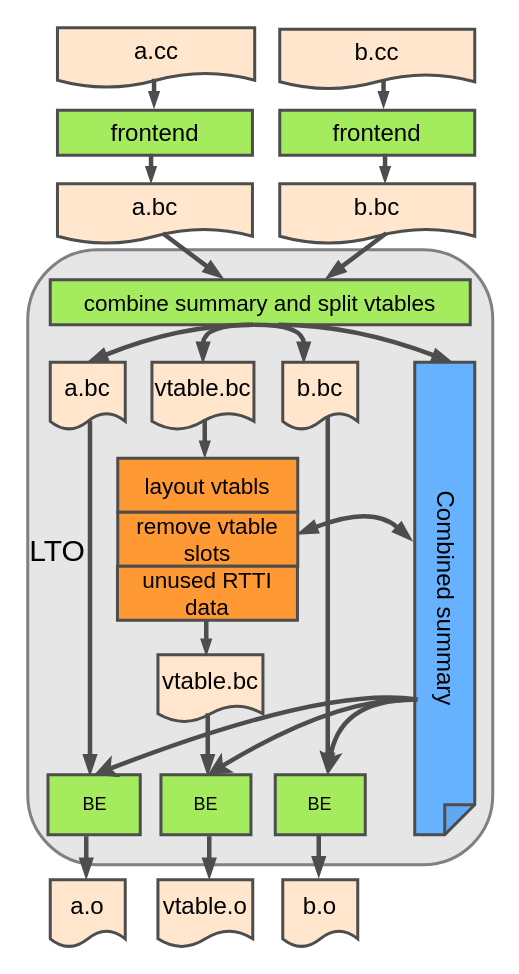
This is thinlto-1.drawio from luxufan/simple-website-template, a draw.io file, before an edit. Source tidied: cells renumbered, new cells numbered last; positions are measured from the earlier drawing's top-left corner, leaving out a move shared by most shapes. Both pictures are drawn from the tidied source at 150%, with x=0, y=0 at pixel (27, 27).
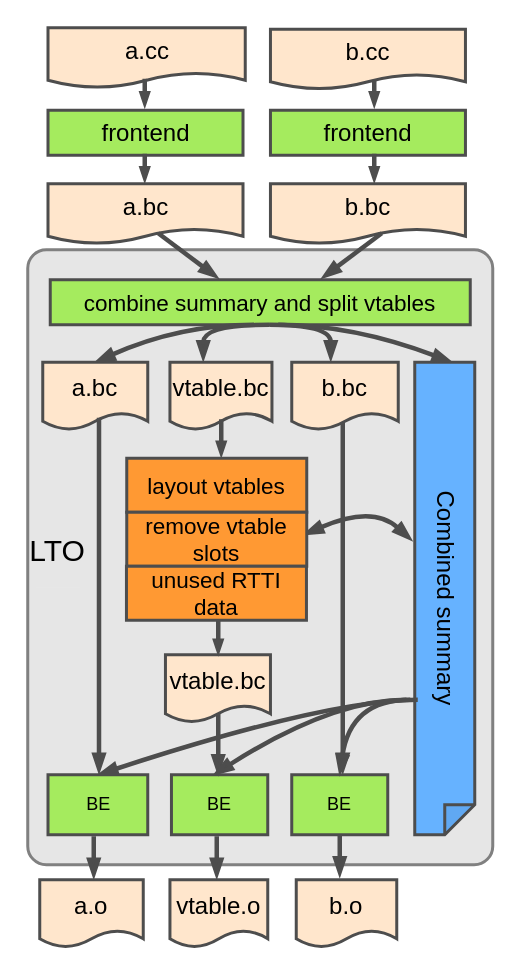
After the change.

The change refers to these unchanged cells:
```xml
<mxCell id="7" value="&lt;font style=&quot;font-size: 16px;&quot;&gt;Combined summary&lt;/font&gt;" style="shape=note;whiteSpace=wrap;html=1;backgroundOutline=1;darkOpacity=0.05;direction=east;flipV=1;size=20;textDirection=vertical-lr;fillColor=#66B2FF;strokeWidth=2;strokeColor=#4D4D4D;" parent="1" vertex="1">
  <mxGeometry x="258" y="223" width="40" height="315" as="geometry" />
</mxCell>
```

Change to the diagram source:
```diff
@@
-    <mxCell id="2" style="rounded=1;whiteSpace=wrap;html=1;strokeWidth=2;strokeColor=#808080;fillColor=#E6E6E6;" parent="1" vertex="1">
+    <mxCell id="2" style="rounded=1;whiteSpace=wrap;html=1;strokeWidth=2;strokeColor=#808080;fillColor=#E6E6E6;perimeterSpacing=0;glass=0;imageWidth=24;arcSize=4;absoluteArcSize=0;" parent="1" vertex="1">
       <mxGeometry y="148" width="310" height="410" as="geometry" />
     </mxCell>
-    <mxCell id="3" value="&lt;font style=&quot;font-size: 16px;&quot;&gt;b.cc&lt;/font&gt;" style="shape=document;whiteSpace=wrap;html=1;boundedLbl=1;size=0.25;direction=east;fillColor=#FFE6CC;strokeWidth=2;strokeColor=#4D4D4D;" parent="1" vertex="1">
-      <mxGeometry x="168" y="1" width="130" height="40" as="geometry" />
+    <mxCell id="3" value="&lt;font style=&quot;font-size: 16px;&quot;&gt;b.cc&lt;/font&gt;" style="shape=document;whiteSpace=wrap;html=1;boundedLbl=1;size=0.25;direction=east;fillColor=#FFE6CC;strokeWidth=2;strokeColor=#4D4D4D;fixedWidth=0;noLabel=0;" parent="1" vertex="1">
+      <mxGeometry x="161.8" y="1" width="130" height="40" as="geometry" />
     </mxCell>
     <mxCell id="4" value="&lt;font style=&quot;font-size: 16px;&quot;&gt;frontend&lt;/font&gt;" style="rounded=0;whiteSpace=wrap;html=1;fillColor=#A5EB5E;strokeWidth=2;strokeColor=#4D4D4D;" parent="1" vertex="1">
-      <mxGeometry x="168" y="55" width="130" height="30" as="geometry" />
+      <mxGeometry x="161.8" y="55" width="130" height="30" as="geometry" />
     </mxCell>
     <mxCell id="5" value="&lt;font style=&quot;font-size: 16px;&quot;&gt;a.bc&lt;/font&gt;" style="shape=document;whiteSpace=wrap;html=1;boundedLbl=1;size=0.25;direction=east;fillColor=#FFE6CC;strokeWidth=2;strokeColor=#4D4D4D;" parent="1" vertex="1">
-      <mxGeometry x="19.8" y="104" width="130" height="40" as="geometry" />
+      <mxGeometry x="13.5" y="104" width="130" height="40" as="geometry" />
     </mxCell>
     <mxCell id="6" value="&lt;font style=&quot;font-size: 16px;&quot;&gt;b.bc&lt;/font&gt;" style="shape=document;whiteSpace=wrap;html=1;boundedLbl=1;size=0.25;direction=east;fillColor=#FFE6CC;strokeWidth=2;strokeColor=#4D4D4D;" parent="1" vertex="1">
-      <mxGeometry x="168" y="104" width="130" height="40" as="geometry" />
+      <mxGeometry x="161.8" y="104" width="130" height="40" as="geometry" />
     </mxCell>
@@
     <mxCell id="9" value="&lt;font style=&quot;font-size: 16px;&quot;&gt;a.bc&lt;/font&gt;" style="shape=document;whiteSpace=wrap;html=1;boundedLbl=1;size=0.25;direction=east;strokeWidth=2;strokeColor=#4D4D4D;fillColor=#FFE6CC;" parent="1" vertex="1">
-      <mxGeometry x="15" y="223" width="50" height="45" as="geometry" />
+      <mxGeometry x="10" y="223" width="70" height="45" as="geometry" />
     </mxCell>
     <mxCell id="10" value="&lt;font style=&quot;font-size: 16px;&quot;&gt;vtable.bc&lt;/font&gt;" style="shape=document;whiteSpace=wrap;html=1;boundedLbl=1;size=0.25;direction=east;strokeWidth=2;strokeColor=#4D4D4D;fillColor=#FFE6CC;" parent="1" vertex="1">
-      <mxGeometry x="82.8" y="223" width="68" height="45" as="geometry" />
+      <mxGeometry x="94.8" y="223" width="68" height="45" as="geometry" />
     </mxCell>
     <mxCell id="11" value="&lt;font style=&quot;font-size: 16px;&quot;&gt;b.bc&lt;/font&gt;" style="shape=document;whiteSpace=wrap;html=1;boundedLbl=1;size=0.25;direction=east;strokeWidth=2;strokeColor=#4D4D4D;fillColor=#FFE6CC;" parent="1" vertex="1">
-      <mxGeometry x="170" y="223" width="50" height="45" as="geometry" />
+      <mxGeometry x="176" y="223" width="71" height="45" as="geometry" />
     </mxCell>
     <mxCell id="12" value="&lt;font style=&quot;font-size: 16px;&quot;&gt;a.cc&lt;/font&gt;" style="shape=document;whiteSpace=wrap;html=1;boundedLbl=1;size=0.25;direction=east;fillColor=#FFE6CC;strokeWidth=2;strokeColor=#4D4D4D;" parent="1" vertex="1">
-      <mxGeometry x="19.8" width="131.5" height="40" as="geometry" />
+      <mxGeometry x="13.5" width="131.5" height="40" as="geometry" />
     </mxCell>
     <mxCell id="13" value="&lt;font style=&quot;font-size: 16px;&quot;&gt;frontend&lt;/font&gt;" style="rounded=0;whiteSpace=wrap;html=1;fillColor=#A5EB5E;strokeWidth=2;strokeColor=#4D4D4D;" parent="1" vertex="1">
-      <mxGeometry x="19.8" y="55" width="130" height="30" as="geometry" />
+      <mxGeometry x="13.5" y="55" width="130" height="30" as="geometry" />
     </mxCell>
     <mxCell id="14" value="&lt;font style=&quot;font-size: 16px;&quot;&gt;vtable.bc&lt;/font&gt;" style="shape=document;whiteSpace=wrap;html=1;boundedLbl=1;size=0.25;direction=east;strokeWidth=2;fillColor=#FFE6CC;strokeColor=#4D4D4D;" parent="1" vertex="1">
-      <mxGeometry x="86.8" y="418" width="70" height="45" as="geometry" />
+      <mxGeometry x="91.8" y="418" width="70" height="45" as="geometry" />
     </mxCell>
     <mxCell id="15" value="BE" style="rounded=0;whiteSpace=wrap;html=1;strokeWidth=2;fillColor=#A5EB5E;strokeColor=#4D4D4D;" parent="1" vertex="1">
-      <mxGeometry x="13.5" y="498" width="61.5" height="40" as="geometry" />
+      <mxGeometry x="13.5" y="498" width="66.5" height="40" as="geometry" />
     </mxCell>
     <mxCell id="16" value="BE" style="rounded=0;whiteSpace=wrap;html=1;strokeWidth=2;fillColor=#A5EB5E;strokeColor=#4D4D4D;" parent="1" vertex="1">
-      <mxGeometry x="88.8" y="498" width="60" height="40" as="geometry" />
+      <mxGeometry x="95.8" y="498" width="64.2" height="40" as="geometry" />
     </mxCell>
     <mxCell id="17" value="BE" style="rounded=0;whiteSpace=wrap;html=1;strokeWidth=2;fillColor=#A5EB5E;strokeColor=#4D4D4D;" parent="1" vertex="1">
-      <mxGeometry x="165" y="498" width="60" height="40" as="geometry" />
+      <mxGeometry x="176" y="498" width="64" height="40" as="geometry" />
     </mxCell>
@@
-    <mxCell id="19" style="curved=1;endArrow=none;html=1;rounded=0;strokeWidth=3;endFill=0;startArrow=blockThin;startFill=1;exitX=0.5;exitY=0;exitDx=0;exitDy=0;strokeColor=#4D4D4D;" parent="1" edge="1" source="10">
+    <mxCell id="19" style="curved=1;endArrow=none;html=1;rounded=0;strokeWidth=3;endFill=0;startArrow=blockThin;startFill=1;strokeColor=#4D4D4D;" parent="1" edge="1">
       <mxGeometry relative="1" as="geometry">
-        <mxPoint x="150" y="198" as="targetPoint" />
+        <mxPoint x="117" y="222" as="sourcePoint" />
+        <mxPoint x="161" y="198" as="targetPoint" />
         <Array as="points">
           <mxPoint x="117" y="198" />
         </Array>
       </mxGeometry>
     </mxCell>
     <mxCell id="20" style="curved=1;endArrow=none;html=1;rounded=0;strokeWidth=3;endFill=0;startArrow=blockThin;startFill=1;exitX=0.5;exitY=0;exitDx=0;exitDy=0;strokeColor=#4D4D4D;" parent="1" edge="1">
       <mxGeometry relative="1" as="geometry">
-        <mxPoint x="184" y="223" as="sourcePoint" />
-        <mxPoint x="151" y="198" as="targetPoint" />
+        <mxPoint x="202" y="222" as="sourcePoint" />
+        <mxPoint x="161" y="198" as="targetPoint" />
         <Array as="points">
-          <mxPoint x="184" y="198" />
+          <mxPoint x="202" y="198" />
         </Array>
       </mxGeometry>
     </mxCell>
@@
     <mxCell id="22" style="endArrow=none;html=1;rounded=0;endFill=0;startArrow=blockThin;startFill=1;strokeWidth=3;strokeColor=#4D4D4D;" parent="1" edge="1">
       <mxGeometry relative="1" as="geometry">
-        <mxPoint x="41.5" y="498" as="sourcePoint" />
-        <mxPoint x="41.5" y="262" as="targetPoint" />
+        <mxPoint x="47.5" y="497" as="sourcePoint" />
+        <mxPoint x="47.5" y="260" as="targetPoint" />
       </mxGeometry>
     </mxCell>
     <mxCell id="23" style="endArrow=none;html=1;rounded=0;endFill=0;startArrow=blockThin;startFill=1;strokeWidth=3;strokeColor=#4D4D4D;" parent="1" edge="1">
       <mxGeometry relative="1" as="geometry">
-        <mxPoint x="200" y="497" as="sourcePoint" />
-        <mxPoint x="200" y="259" as="targetPoint" />
+        <mxPoint x="210" y="497" as="sourcePoint" />
+        <mxPoint x="210" y="263" as="targetPoint" />
       </mxGeometry>
     </mxCell>
     <mxCell id="24" style="endArrow=none;html=1;rounded=0;endFill=0;startArrow=blockThin;startFill=1;strokeWidth=3;strokeColor=#4D4D4D;" parent="1" edge="1">
       <mxGeometry relative="1" as="geometry">
-        <mxPoint x="120" y="498" as="sourcePoint" />
-        <mxPoint x="120" y="457" as="targetPoint" />
+        <mxPoint x="127" y="498" as="sourcePoint" />
+        <mxPoint x="127" y="457" as="targetPoint" />
       </mxGeometry>
     </mxCell>
-    <mxCell id="25" style="curved=1;endArrow=classic;html=1;rounded=0;strokeWidth=3;strokeColor=#4D4D4D;" parent="1" edge="1">
+    <mxCell id="25" style="curved=1;endArrow=blockThin;html=1;rounded=0;strokeWidth=3;strokeColor=#4D4D4D;endFill=1;" parent="1" edge="1">
       <mxGeometry relative="1" as="geometry">
-        <mxPoint x="257" y="448" as="sourcePoint" />
-        <mxPoint x="200" y="498" as="targetPoint" />
+        <mxPoint x="255" y="448" as="sourcePoint" />
+        <mxPoint x="208" y="498" as="targetPoint" />
         <Array as="points">
-          <mxPoint x="207" y="448" />
+          <mxPoint x="215" y="448" />
         </Array>
       </mxGeometry>
     </mxCell>
-    <mxCell id="26" style="curved=1;endArrow=classic;html=1;rounded=0;strokeWidth=3;strokeColor=#4D4D4D;" parent="1" edge="1">
+    <mxCell id="26" style="curved=1;endArrow=blockThin;html=1;rounded=0;strokeWidth=3;strokeColor=#4D4D4D;endFill=1;" parent="1" edge="1">
       <mxGeometry relative="1" as="geometry">
         <mxPoint x="252.5" y="448" as="sourcePoint" />
-        <mxPoint x="120" y="498" as="targetPoint" />
+        <mxPoint x="124" y="498" as="targetPoint" />
         <Array as="points">
           <mxPoint x="202.5" y="448" />
         </Array>
       </mxGeometry>
     </mxCell>
-    <mxCell id="27" style="curved=1;endArrow=classic;html=1;rounded=0;strokeWidth=3;entryX=0.5;entryY=0;entryDx=0;entryDy=0;strokeColor=#4D4D4D;" parent="1" edge="1" target="15">
+    <mxCell id="27" style="curved=1;endArrow=blockThin;html=1;rounded=0;strokeWidth=3;entryX=0.5;entryY=0;entryDx=0;entryDy=0;strokeColor=#4D4D4D;endFill=1;" parent="1" edge="1" target="15">
       <mxGeometry relative="1" as="geometry">
         <mxPoint x="260" y="448" as="sourcePoint" />
         <Array as="points">
-          <mxPoint x="200" y="438" />
+          <mxPoint x="200" y="448" />
         </Array>
       </mxGeometry>
     </mxCell>
     <mxCell id="28" style="curved=1;endArrow=blockThin;html=1;rounded=0;strokeWidth=3;entryX=1;entryY=0.5;entryDx=0;entryDy=0;exitX=-0.05;exitY=0.623;exitDx=0;exitDy=0;exitPerimeter=0;startArrow=blockThin;startFill=1;endFill=1;strokeColor=#4D4D4D;" parent="1" edge="1" source="7">
       <mxGeometry relative="1" as="geometry">
-        <mxPoint x="180" y="337.5" as="targetPoint" />
+        <mxPoint x="184" y="338" as="targetPoint" />
         <Array as="points">
           <mxPoint x="230" y="318" />
         </Array>
       </mxGeometry>
     </mxCell>
     <mxCell id="29" style="endArrow=blockThin;html=1;rounded=0;strokeWidth=3;endFill=1;strokeColor=#4D4D4D;startSize=5;endSize=3;" parent="1" edge="1">
       <mxGeometry relative="1" as="geometry">
-        <mxPoint x="118" y="261" as="sourcePoint" />
-        <mxPoint x="118" y="286" as="targetPoint" />
+        <mxPoint x="129" y="261" as="sourcePoint" />
+        <mxPoint x="129" y="286" as="targetPoint" />
       </mxGeometry>
     </mxCell>
     <mxCell id="30" style="endArrow=blockThin;html=1;rounded=0;strokeWidth=3;endFill=1;strokeColor=#4D4D4D;endSize=3;" parent="1" edge="1">
       <mxGeometry relative="1" as="geometry">
-        <mxPoint x="119" y="395" as="sourcePoint" />
-        <mxPoint x="119" y="418" as="targetPoint" />
+        <mxPoint x="127" y="395" as="sourcePoint" />
+        <mxPoint x="127" y="418" as="targetPoint" />
       </mxGeometry>
     </mxCell>
-    <mxCell id="31" value="&lt;font style=&quot;font-size: 15px;&quot;&gt;layout vtabls&lt;/font&gt;" style="rounded=0;whiteSpace=wrap;html=1;strokeWidth=2;fillColor=#FF9933;strokeColor=#4D4D4D;" parent="1" vertex="1">
-      <mxGeometry x="60" y="287" width="120" height="36" as="geometry" />
+    <mxCell id="31" value="&lt;font style=&quot;font-size: 15px;&quot;&gt;layout vtables&lt;/font&gt;" style="rounded=0;whiteSpace=wrap;html=1;strokeWidth=2;fillColor=#FF9933;strokeColor=#4D4D4D;" parent="1" vertex="1">
+      <mxGeometry x="66" y="287" width="120" height="36" as="geometry" />
     </mxCell>
     <mxCell id="32" value="&lt;font style=&quot;font-size: 15px;&quot;&gt;remove vtable slots&lt;/font&gt;" style="rounded=0;whiteSpace=wrap;html=1;strokeWidth=2;strokeColor=#4D4D4D;fillColor=#FF9933;" parent="1" vertex="1">
-      <mxGeometry x="60" y="323" width="120" height="36" as="geometry" />
+      <mxGeometry x="66" y="323" width="120" height="36" as="geometry" />
     </mxCell>
     <mxCell id="33" value="&lt;span style=&quot;font-size: 15px;&quot;&gt;unused RTTI data&lt;/span&gt;" style="rounded=0;whiteSpace=wrap;html=1;strokeWidth=2;strokeColor=#4D4D4D;fillColor=#FF9933;" parent="1" vertex="1">
-      <mxGeometry x="59.8" y="359" width="120" height="36" as="geometry" />
+      <mxGeometry x="65.8" y="359" width="120" height="36" as="geometry" />
     </mxCell>
     <mxCell id="34" style="endArrow=blockThin;html=1;rounded=0;strokeWidth=3;endFill=1;exitX=0.473;exitY=1;exitDx=0;exitDy=0;exitPerimeter=0;strokeColor=#4D4D4D;" parent="1" edge="1">
       <mxGeometry relative="1" as="geometry">
-        <mxPoint x="239" y="137" as="sourcePoint" />
-        <mxPoint x="199" y="167" as="targetPoint" />
+        <mxPoint x="236" y="137" as="sourcePoint" />
+        <mxPoint x="196" y="167" as="targetPoint" />
       </mxGeometry>
     </mxCell>
     <mxCell id="35" style="endArrow=blockThin;html=1;rounded=0;strokeWidth=3;endFill=1;strokeColor=#4D4D4D;endSize=3;" parent="1" edge="1">
       <mxGeometry relative="1" as="geometry">
-        <mxPoint x="238.2" y="84" as="sourcePoint" />
-        <mxPoint x="238.2" y="103" as="targetPoint" />
+        <mxPoint x="231" y="84" as="sourcePoint" />
+        <mxPoint x="231" y="103" as="targetPoint" />
       </mxGeometry>
     </mxCell>
     <mxCell id="36" style="endArrow=blockThin;html=1;rounded=0;strokeWidth=3;endFill=1;strokeColor=#4D4D4D;endSize=3;" parent="1" edge="1">
       <mxGeometry relative="1" as="geometry">
-        <mxPoint x="82.2" y="84" as="sourcePoint" />
-        <mxPoint x="82.2" y="103" as="targetPoint" />
+        <mxPoint x="78" y="84" as="sourcePoint" />
+        <mxPoint x="78" y="103" as="targetPoint" />
       </mxGeometry>
     </mxCell>
     <mxCell id="37" style="endArrow=blockThin;html=1;rounded=0;strokeWidth=3;endFill=1;strokeColor=#4D4D4D;endSize=3;" parent="1" edge="1">
       <mxGeometry relative="1" as="geometry">
-        <mxPoint x="237.2" y="35" as="sourcePoint" />
-        <mxPoint x="237.2" y="53" as="targetPoint" />
+        <mxPoint x="231" y="35" as="sourcePoint" />
+        <mxPoint x="231" y="53" as="targetPoint" />
       </mxGeometry>
     </mxCell>
     <mxCell id="38" style="endArrow=blockThin;html=1;rounded=0;strokeWidth=3;endFill=1;strokeColor=#4D4D4D;endSize=3;" parent="1" edge="1">
       <mxGeometry relative="1" as="geometry">
-        <mxPoint x="84.2" y="34" as="sourcePoint" />
-        <mxPoint x="84.2" y="53" as="targetPoint" />
+        <mxPoint x="78" y="34" as="sourcePoint" />
+        <mxPoint x="78" y="53" as="targetPoint" />
       </mxGeometry>
     </mxCell>
     <mxCell id="39" value="&lt;font style=&quot;font-size: 16px;&quot;&gt;a.o&lt;/font&gt;" style="shape=document;whiteSpace=wrap;html=1;boundedLbl=1;size=0.25;direction=east;strokeWidth=2;strokeColor=#4D4D4D;fillColor=#FFE6CC;" parent="1" vertex="1">
-      <mxGeometry x="15" y="568" width="50" height="45" as="geometry" />
+      <mxGeometry x="8" y="568" width="69" height="45" as="geometry" />
     </mxCell>
     <mxCell id="40" value="&lt;span style=&quot;font-size: 16px;&quot;&gt;vtable.o&lt;/span&gt;" style="shape=document;whiteSpace=wrap;html=1;boundedLbl=1;size=0.25;direction=east;strokeWidth=2;strokeColor=#4D4D4D;fillColor=#FFE6CC;" parent="1" vertex="1">
-      <mxGeometry x="86.8" y="568" width="63.2" height="45" as="geometry" />
+      <mxGeometry x="94.8" y="568" width="65.2" height="45" as="geometry" />
     </mxCell>
     <mxCell id="41" value="&lt;font style=&quot;font-size: 16px;&quot;&gt;b.o&lt;/font&gt;" style="shape=document;whiteSpace=wrap;html=1;boundedLbl=1;size=0.25;direction=east;strokeWidth=2;strokeColor=#4D4D4D;fillColor=#FFE6CC;" parent="1" vertex="1">
-      <mxGeometry x="170" y="568" width="50" height="45" as="geometry" />
+      <mxGeometry x="179" y="568" width="67" height="45" as="geometry" />
     </mxCell>
     <mxCell id="42" style="endArrow=none;html=1;rounded=0;endFill=0;startArrow=blockThin;startFill=1;strokeWidth=3;strokeColor=#4D4D4D;" parent="1" edge="1">
       <mxGeometry relative="1" as="geometry">
-        <mxPoint x="121" y="567" as="sourcePoint" />
-        <mxPoint x="121" y="539" as="targetPoint" />
+        <mxPoint x="126" y="567" as="sourcePoint" />
+        <mxPoint x="126" y="539" as="targetPoint" />
       </mxGeometry>
     </mxCell>
     <mxCell id="43" style="endArrow=none;html=1;rounded=0;endFill=0;startArrow=blockThin;startFill=1;strokeWidth=3;strokeColor=#4D4D4D;" parent="1" edge="1">
       <mxGeometry relative="1" as="geometry">
-        <mxPoint x="39" y="567" as="sourcePoint" />
-        <mxPoint x="39" y="539" as="targetPoint" />
+        <mxPoint x="44" y="567" as="sourcePoint" />
+        <mxPoint x="44" y="539" as="targetPoint" />
       </mxGeometry>
     </mxCell>
     <mxCell id="44" style="endArrow=none;html=1;rounded=0;endFill=0;startArrow=blockThin;startFill=1;strokeWidth=3;strokeColor=#4D4D4D;" parent="1" edge="1">
       <mxGeometry relative="1" as="geometry">
-        <mxPoint x="194" y="566" as="sourcePoint" />
-        <mxPoint x="194" y="538" as="targetPoint" />
+        <mxPoint x="208" y="566" as="sourcePoint" />
+        <mxPoint x="208" y="538" as="targetPoint" />
       </mxGeometry>
     </mxCell>
     <mxCell id="45" style="endArrow=blockThin;html=1;rounded=0;strokeWidth=3;endFill=1;exitX=0.473;exitY=1;exitDx=0;exitDy=0;exitPerimeter=0;strokeColor=#4D4D4D;" parent="1" edge="1">
       <mxGeometry relative="1" as="geometry">
-        <mxPoint x="90" y="137" as="sourcePoint" />
-        <mxPoint x="130" y="167" as="targetPoint" />
+        <mxPoint x="87" y="137" as="sourcePoint" />
+        <mxPoint x="127" y="167" as="targetPoint" />
       </mxGeometry>
     </mxCell>
```
